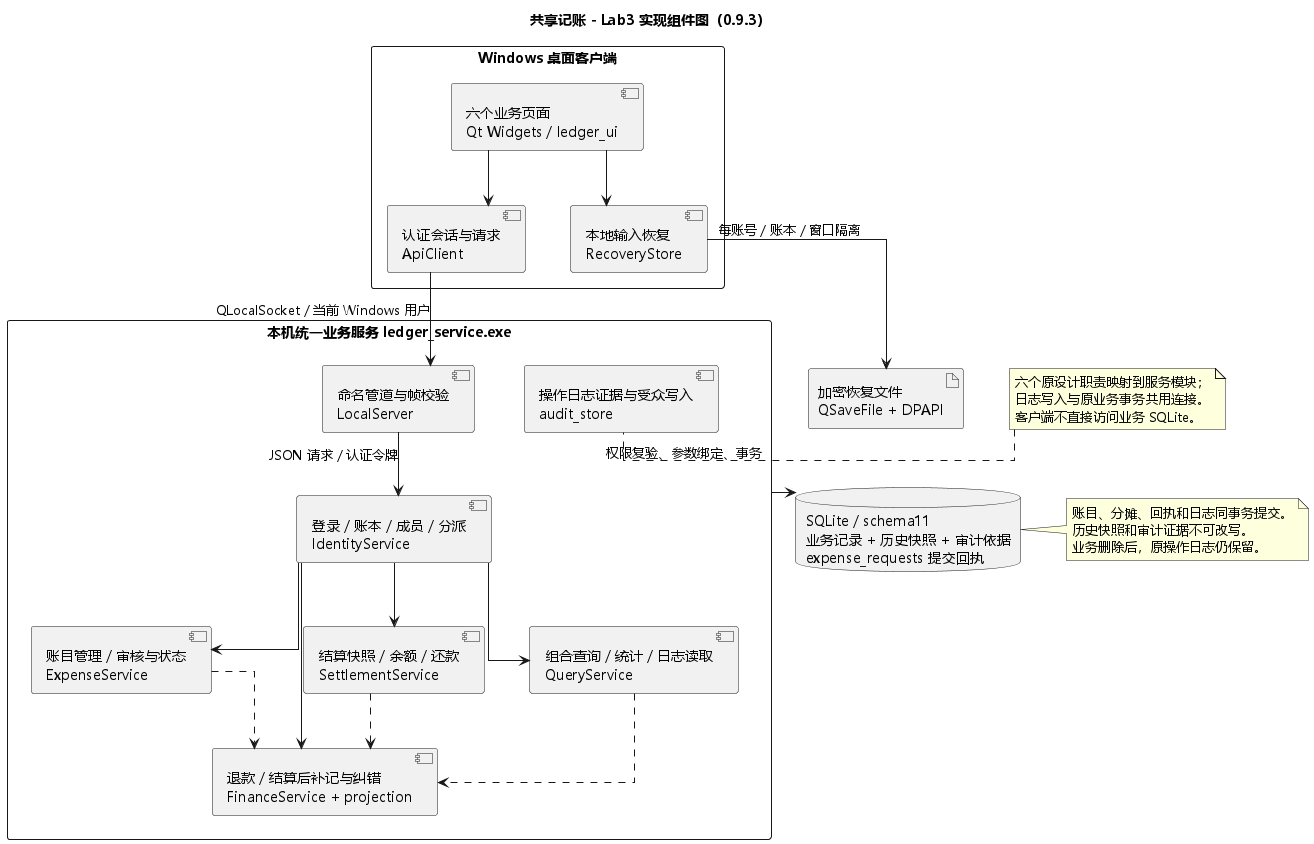
Above: lab3/UML/UML组件图.png in mengluoxingchen/SoftwareProject-lab1 (PlantUML), before the change.
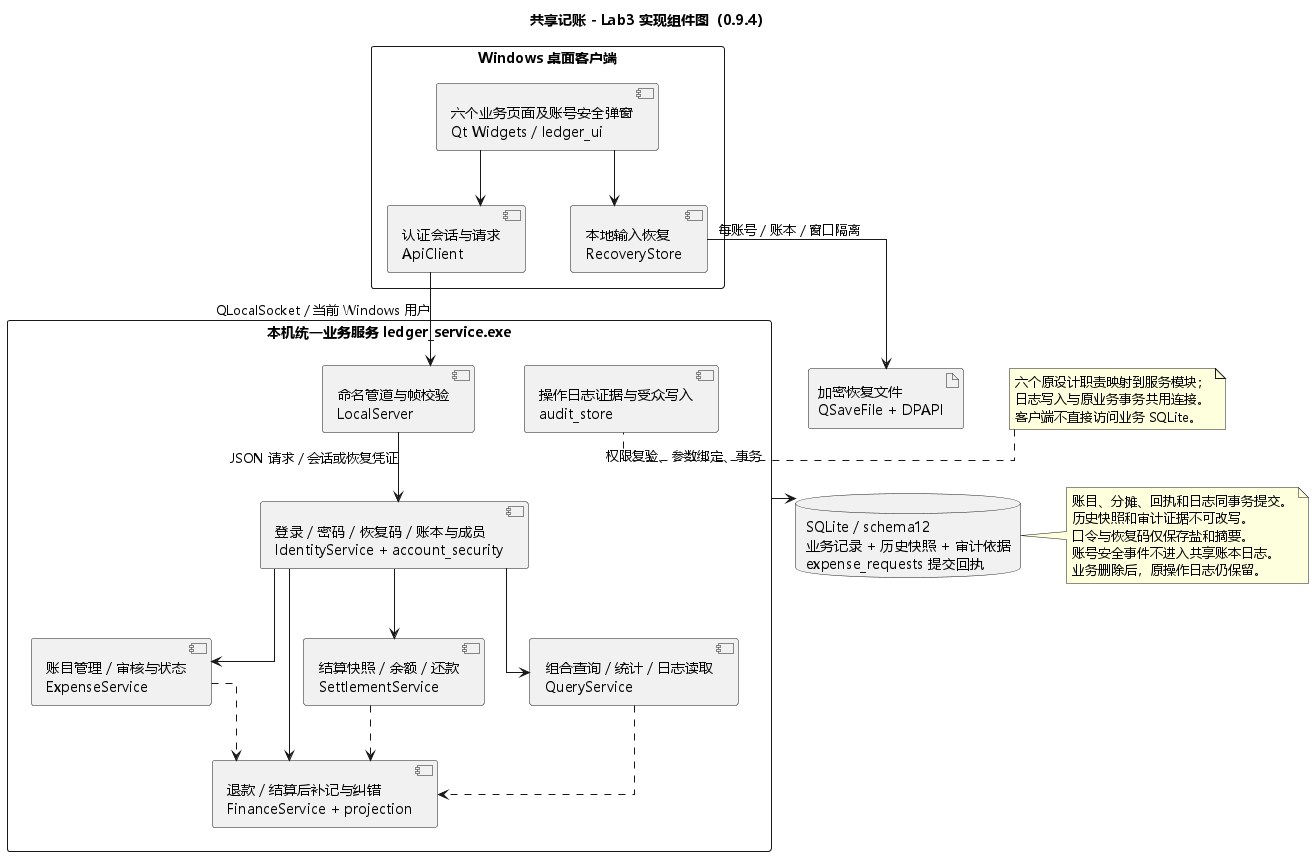
Later version of the same file.

Change to the diagram source:
```diff
@@ -8,10 +8,10 @@
 skinparam nodesep 45
 skinparam ranksep 55
 top to bottom direction
-title 共享记账 - Lab3 实现组件图（0.9.3）
+title 共享记账 - Lab3 实现组件图（0.9.4）
 
 package "Windows 桌面客户端" as Client {
-  component "六个业务页面\nQt Widgets / ledger_ui" as UI
+  component "六个业务页面及账号安全弹窗\nQt Widgets / ledger_ui" as UI
   component "本地输入恢复\nRecoveryStore" as Recovery
   component "认证会话与请求\nApiClient" as API
   UI --> Recovery
@@ -22,13 +22,13 @@
 
 package "本机统一业务服务 ledger_service.exe" as Server {
   component "命名管道与帧校验\nLocalServer" as IPC
-  component "登录 / 账本 / 成员 / 分派\nIdentityService" as Identity
+  component "登录 / 密码 / 恢复码 / 账本与成员\nIdentityService + account_security" as Identity
   component "账目管理 / 审核与状态\nExpenseService" as Expense
   component "退款 / 结算后补记与纠错\nFinanceService + projection" as Finance
   component "结算快照 / 余额 / 还款\nSettlementService" as Settlement
   component "组合查询 / 统计 / 日志读取\nQueryService" as Query
   component "操作日志证据与受众写入\naudit_store" as Audit
-  IPC --> Identity : JSON 请求 / 认证令牌
+  IPC --> Identity : JSON 请求 / 会话或恢复凭证
   Identity --> Expense
   Identity --> Finance
   Identity --> Settlement
@@ -37,13 +37,15 @@
   Settlement ..> Finance
   Query ..> Finance
 }
-database "SQLite / schema11\n业务记录 + 历史快照 + 审计依据\nexpense_requests 提交回执" as DB
+database "SQLite / schema12\n业务记录 + 历史快照 + 审计依据\nexpense_requests 提交回执" as DB
 API --> IPC : QLocalSocket / 当前 Windows 用户
 Server --> DB : 权限复验、参数绑定、事务
 Files -[hidden]-> DB
 note right of DB
   账目、分摊、回执和日志同事务提交。
   历史快照和审计证据不可改写。
+  口令与恢复码仅保存盐和摘要。
+  账号安全事件不进入共享账本日志。
   业务删除后，原操作日志仍保留。
 end note
 note left of Audit
```
